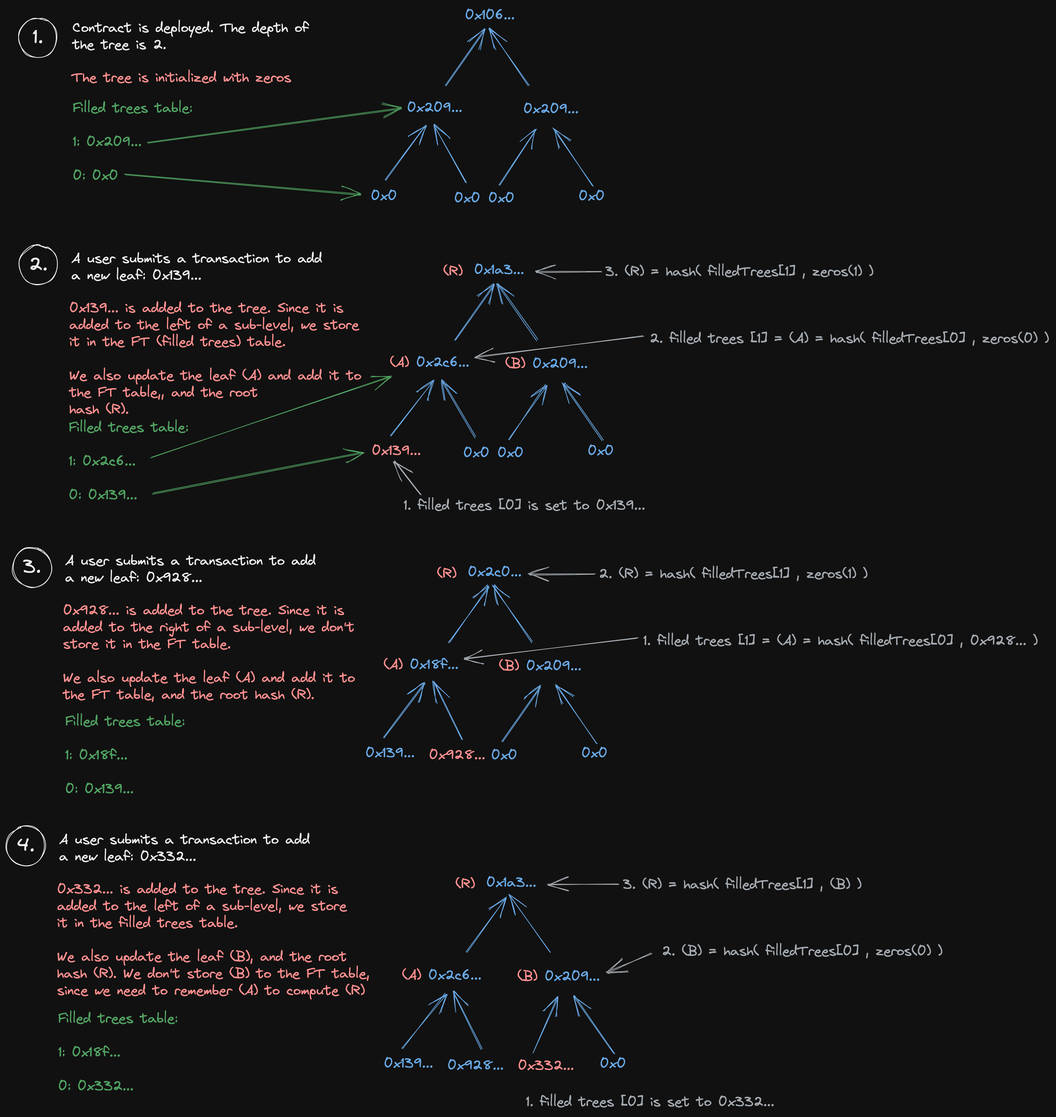
Before: documentation/algorithm.excalidraw.png, a diagram exported from Excalidraw (clementh59/poseidon-incremental-merkle-tree). Source tidied: one line per element, renumbered; positions are measured from the earlier drawing's top-left corner, leaving out a move shared by most shapes.
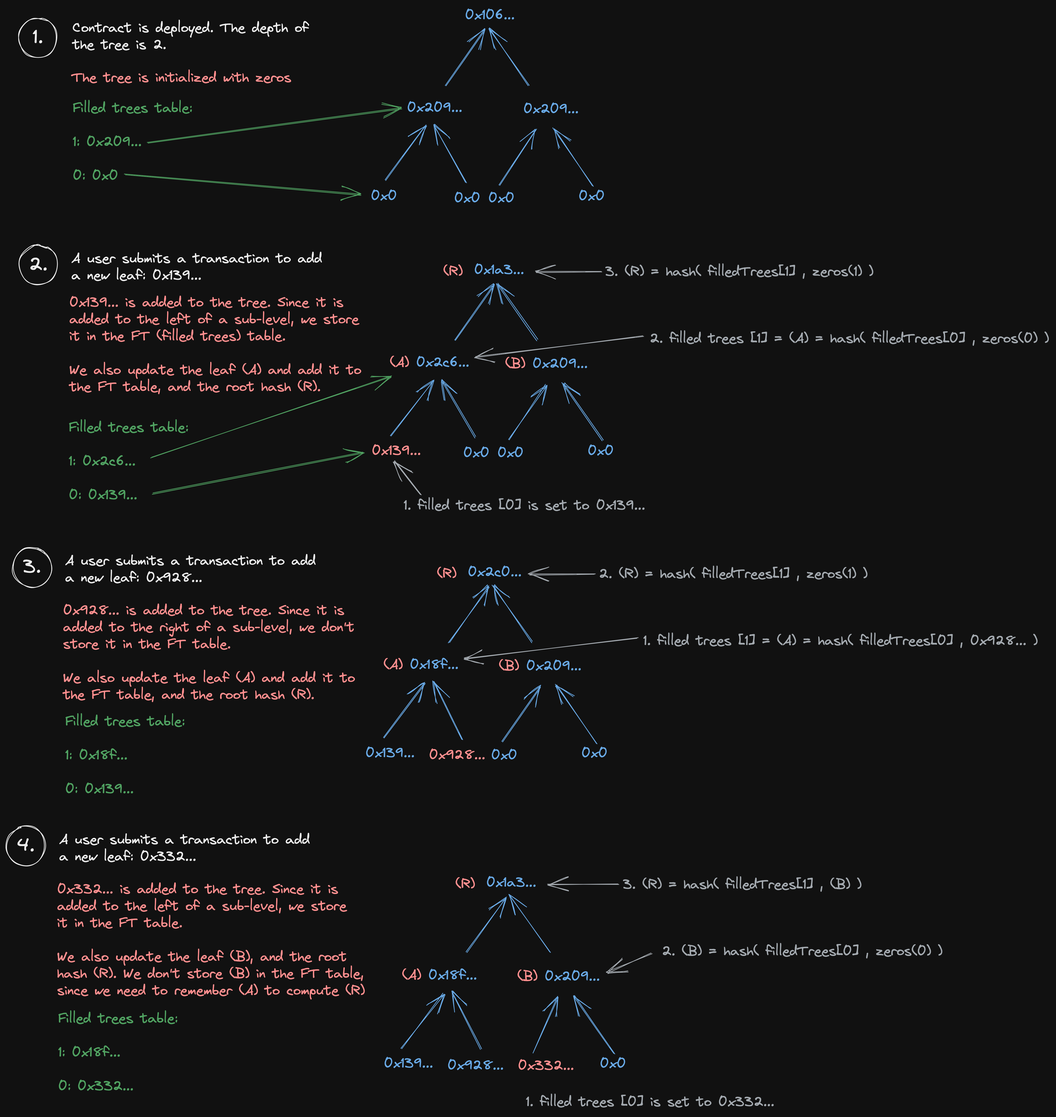
Above is the later version.

Diff of the diagram source:
```diff
@@ -15,7 +15,7 @@
 {"id": 14, "type": "text", "text": "0x106...", "strokeColor": "#1864ab", "strokeWidth": 1, "roughness": 1, "fontSize": 20, "fontFamily": 1, "x": 679, "y": 0, "width": 74, "height": 25}
 {"id": 15, "type": "text", "text": "Filled trees table:\n\n1: 0x209...\n\n0: 0x0", "strokeColor": "#2b8a3e", "strokeWidth": 1, "roughness": 1, "fontSize": 20, "fontFamily": 1, "x": 98, "y": 138, "width": 177, "height": 125}
 {"id": 16, "type": "text", "text": "A user submits a transaction to add\na new leaf: 0x139...", "strokeColor": "#000000", "strokeWidth": 1, "roughness": 1, "fontSize": 20, "fontFamily": 1, "x": 96, "y": 360, "width": 371, "height": 50}
-{"id": 17, "type": "text", "text": "0x139... is added to the tree. Since it is\nadded to the left of a sub-level, we store\nit in the FT (filled trees) table.\n\nWe also update the leaf (A) and add it to \nthe FT table,, and the root \nhash (R). \n", "strokeColor": "#c92a2a", "strokeWidth": 1, "roughness": 1, "fontSize": 20, "fontFamily": 1, "x": 93, "y": 434, "width": 442, "height": 200}
+{"id": 17, "type": "text", "text": "0x139... is added to the tree. Since it is\nadded to the left of a sub-level, we store\nit in the FT (filled trees) table.\n\nWe also update the leaf (A) and add it to \nthe FT table, and the root hash (R). \n", "strokeColor": "#c92a2a", "strokeWidth": 1, "roughness": 1, "fontSize": 20, "fontFamily": 1, "x": 93, "y": 425, "width": 442, "height": 175}
 {"id": 18, "type": "arrow", "strokeColor": "#1864ab", "strokeWidth": 1, "roughness": 1, "endArrowhead": "arrow", "to": 30, "x": 663, "y": 493, "width": 58, "height": 81, "points": [[0, 0], [58, -81]]}
 {"id": 19, "type": "arrow", "strokeColor": "#1864ab", "strokeWidth": 1, "roughness": 1, "endArrowhead": "arrow", "from": 24, "to": 29, "x": 568, "y": 634, "width": 64, "height": 81, "points": [[0, 0], [64, -81]]}
 {"id": 20, "type": "arrow", "strokeColor": "#1864ab", "strokeWidth": 1, "roughness": 1, "endArrowhead": "arrow", "from": 26, "x": 743, "y": 640, "width": 55, "height": 81, "points": [[0, 0], [55, -81]]}
@@ -37,7 +37,7 @@
 {"id": 36, "type": "text", "text": "1. filled trees [0] is set to 0x139...", "strokeColor": "#495057", "strokeWidth": 1, "roughness": 1, "fontSize": 20, "fontFamily": 1, "x": 588, "y": 726, "width": 358, "height": 25}
 {"id": 37, "type": "arrow", "strokeColor": "#495057", "strokeWidth": 1, "roughness": 1, "endArrowhead": "arrow", "from": 36, "to": 24, "x": 614, "y": 721, "width": 40, "height": 48, "points": [[0, 0], [-40, -48]]}
 {"id": 38, "type": "text", "text": "2. filled trees [1] = (A) = hash( filledTrees[0] , zeros(0) )", "strokeColor": "#495057", "strokeWidth": 1, "roughness": 1, "fontSize": 20, "fontFamily": 1, "x": 952, "y": 479, "width": 592, "height": 25}
-{"id": 39, "type": "arrow", "strokeColor": "#495057", "strokeWidth": 1, "roughness": 1, "endArrowhead": "arrow", "from": 38, "to": 29, "x": 943, "y": 487, "width": 248, "height": 30, "points": [[0, 0], [-248, 30]]}
+{"id": 39, "type": "arrow", "strokeColor": "#495057", "strokeWidth": 1, "roughness": 1, "endArrowhead": "arrow", "from": 38, "to": 29, "x": 943, "y": 488, "width": 248, "height": 30, "points": [[0, 0], [-248, 30]]}
 {"id": 40, "type": "text", "text": "3. (R) = hash( filledTrees[1] , zeros(1) )", "strokeColor": "#495057", "strokeWidth": 1, "roughness": 1, "fontSize": 20, "fontFamily": 1, "x": 886, "y": 380, "width": 398, "height": 25}
 {"id": 41, "type": "text", "text": "(R)", "strokeColor": "#c92a2a", "strokeWidth": 1, "roughness": 1, "fontSize": 20, "fontFamily": 1, "x": 647, "y": 379, "width": 30, "height": 25}
 {"id": 42, "type": "arrow", "strokeColor": "#495057", "strokeWidth": 1, "roughness": 1, "endArrowhead": "arrow", "from": 40, "x": 880, "y": 392, "width": 97, "height": 1, "points": [[0, 0], [-97, 1]]}
@@ -73,11 +73,11 @@
 {"id": 72, "type": "arrow", "strokeColor": "#2b8a3e", "strokeWidth": 1, "roughness": 1, "endArrowhead": "arrow", "to": 24, "x": 216, "y": 721, "width": 312, "height": 61, "points": [[0, 0], [312, -61]]}
 {"id": 73, "type": "arrow", "strokeColor": "#2b8a3e", "strokeWidth": 1, "roughness": 1, "endArrowhead": "arrow", "to": 34, "x": 213, "y": 668, "width": 356, "height": 122, "points": [[0, 0], [356, -122]]}
 {"id": 74, "type": "text", "text": "A user submits a transaction to add\na new leaf: 0x332...", "strokeColor": "#000000", "strokeWidth": 1, "roughness": 1, "fontSize": 20, "fontFamily": 1, "x": 78, "y": 1220, "width": 371, "height": 50}
-{"id": 75, "type": "text", "text": "0x332... is added to the tree. Since it is\nadded to the left of a sub-level, we store\nit in the filled trees table.\n\nWe also update the leaf (B), and the root \nhash (R). We don't store (B) to the FT table,\nsince we need to remember (A) to compute (R)\n", "strokeColor": "#c92a2a", "strokeWidth": 1, "roughness": 1, "fontSize": 20, "fontFamily": 1, "x": 75, "y": 1294, "width": 463, "height": 200}
+{"id": 75, "type": "text", "text": "0x332... is added to the tree. Since it is\nadded to the left of a sub-level, we store\nit in the FT table.\n\nWe also update the leaf (B), and the root \nhash (R). We don't store (B) in the FT table,\nsince we need to remember (A) to compute (R)\n", "strokeColor": "#c92a2a", "strokeWidth": 1, "roughness": 1, "fontSize": 20, "fontFamily": 1, "x": 75, "y": 1294, "width": 456, "height": 200}
 {"id": 76, "type": "arrow", "strokeColor": "#1864ab", "strokeWidth": 1, "roughness": 1, "endArrowhead": "arrow", "to": 88, "x": 681, "y": 1400, "width": 58, "height": 81, "points": [[0, 0], [58, -81]]}
-{"id": 77, "type": "arrow", "strokeColor": "#1864ab", "strokeWidth": 1, "roughness": 1, "endArrowhead": "arrow", "from": 82, "to": 87, "x": 586, "y": 1541, "width": 64, "height": 81, "points": [[0, 0], [64, -81]]}
+{"id": 77, "type": "arrow", "strokeColor": "#1864ab", "strokeWidth": 1, "roughness": 1, "endArrowhead": "arrow", "from": 82, "to": 87, "x": 585, "y": 1541, "width": 62, "height": 81, "points": [[0, 0], [62, -81]]}
 {"id": 78, "type": "arrow", "strokeColor": "#1864ab", "strokeWidth": 1, "roughness": 1, "endArrowhead": "arrow", "from": 84, "x": 779, "y": 1547, "width": 37, "height": 81, "points": [[0, 0], [37, -81]]}
-{"id": 79, "type": "arrow", "strokeColor": "#1864ab", "strokeWidth": 1, "roughness": 1, "endArrowhead": "arrow", "from": 83, "to": 87, "x": 703, "y": 1543, "width": 42, "height": 84, "points": [[0, 0], [-42, -84]]}
+{"id": 79, "type": "arrow", "strokeColor": "#1864ab", "strokeWidth": 1, "roughness": 1, "endArrowhead": "arrow", "from": 83, "to": 87, "x": 702, "y": 1543, "width": 43, "height": 84, "points": [[0, 0], [-43, -84]]}
 {"id": 80, "type": "arrow", "strokeColor": "#1864ab", "strokeWidth": 1, "roughness": 1, "endArrowhead": "arrow", "from": 85, "to": 86, "x": 900, "y": 1549, "width": 60, "height": 86, "points": [[0, 0], [-60, -86]]}
 {"id": 81, "type": "arrow", "strokeColor": "#1864ab", "strokeWidth": 1, "roughness": 1, "endArrowhead": "arrow", "to": 88, "x": 805, "y": 1399, "width": 59, "height": 83, "points": [[0, 0], [-59, -83]]}
 {"id": 82, "type": "text", "text": "0x139...", "strokeColor": "#1864ab", "strokeWidth": 1, "roughness": 1, "fontSize": 20, "fontFamily": 1, "x": 559, "y": 1551, "width": 74, "height": 25}
@@ -85,7 +85,7 @@
 {"id": 84, "type": "text", "text": "0x332...", "strokeColor": "#c92a2a", "strokeWidth": 1, "roughness": 1, "fontSize": 20, "fontFamily": 1, "x": 757, "y": 1555, "width": 84, "height": 25}
 {"id": 85, "type": "text", "text": "0x0", "strokeColor": "#1864ab", "strokeWidth": 1, "roughness": 1, "fontSize": 20, "fontFamily": 1, "x": 878, "y": 1552, "width": 40, "height": 25}
 {"id": 86, "type": "text", "text": "0x209...", "strokeColor": "#1864ab", "strokeWidth": 1, "roughness": 1, "fontSize": 20, "fontFamily": 1, "x": 797, "y": 1423, "width": 83, "height": 25}
-{"id": 87, "type": "text", "text": "0x2c6...", "strokeColor": "#1864ab", "strokeWidth": 1, "roughness": 1, "fontSize": 20, "fontFamily": 1, "x": 624, "y": 1421, "width": 80, "height": 25}
+{"id": 87, "type": "text", "text": "0x18f...", "strokeColor": "#1864ab", "strokeWidth": 1, "roughness": 1, "fontSize": 20, "fontFamily": 1, "x": 624, "y": 1421, "width": 73, "height": 25}
 {"id": 88, "type": "text", "text": "0x1a3...", "strokeColor": "#1864ab", "strokeWidth": 1, "roughness": 1, "fontSize": 20, "fontFamily": 1, "x": 710, "y": 1284, "width": 75, "height": 25}
 {"id": 89, "type": "text", "text": "Filled trees table:\n\n1: 0x18f...\n\n0: 0x332...", "strokeColor": "#2b8a3e", "strokeWidth": 1, "roughness": 1, "fontSize": 20, "fontFamily": 1, "x": 76, "y": 1485, "width": 177, "height": 125}
 {"id": 90, "type": "text", "text": "(A)", "strokeColor": "#c92a2a", "strokeWidth": 1, "roughness": 1, "fontSize": 20, "fontFamily": 1, "x": 586, "y": 1421, "width": 29, "height": 25}
```
